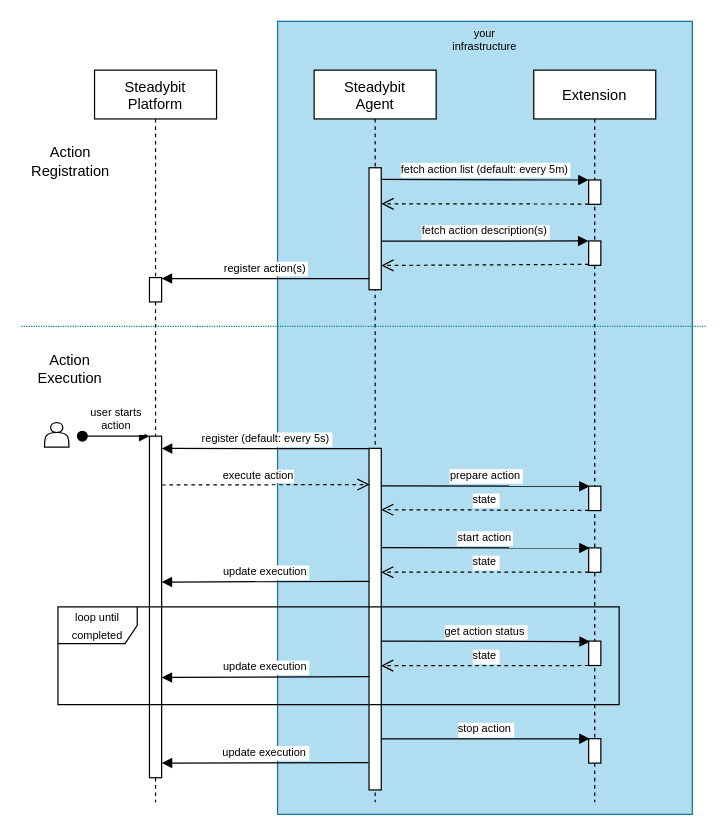
steadybit/event-kit keeps this draw.io diagram as docs/img/event-flow.drawio. Above is the earlier version. Source tidied: cells renumbered, new cells numbered last; positions are measured from the earlier drawing's top-left corner, leaving out a move shared by most shapes. Both pictures are drawn from the tidied source at 122%, with x=0, y=0 at pixel (21, 21).
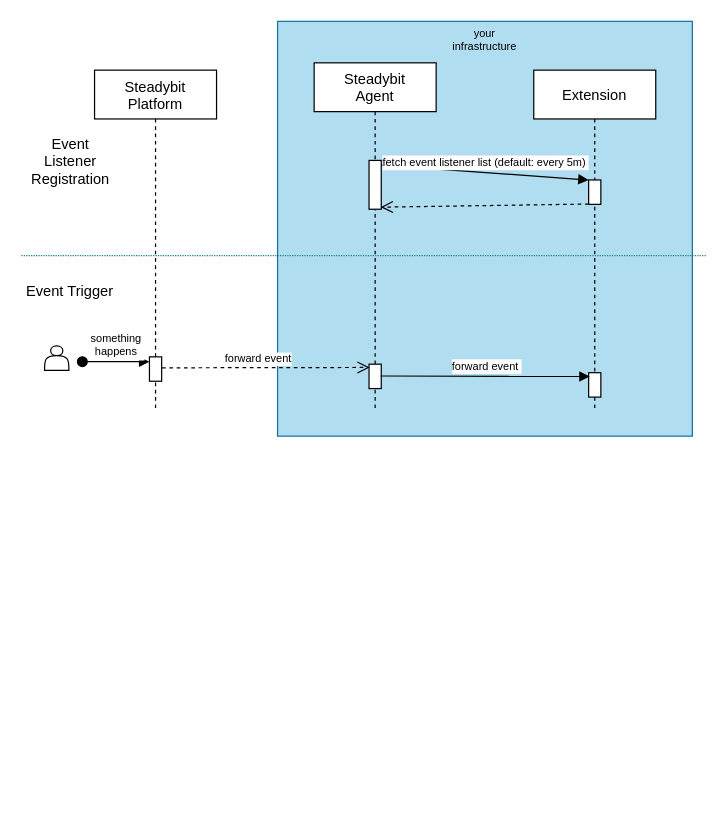
The same page after the edit.

The change refers to these unchanged cells:
```xml
<mxCell id="12" style="points=[];perimeter=orthogonalPerimeter;rounded=0;shadow=0;strokeWidth=1;" parent="11" vertex="1">
  <mxGeometry x="45" y="90" width="10" height="20" as="geometry" />
</mxCell>
```

Diff of the diagram source:
```diff
@@
     <mxCell id="2" style="whiteSpace=wrap;html=1;labelBackgroundColor=#0000CC;fontSize=9;fillColor=#b1ddf0;strokeColor=#10739e;" parent="1" vertex="1">
-      <mxGeometry x="210" width="340" height="650" as="geometry" />
+      <mxGeometry x="210" width="340" height="340" as="geometry" />
     </mxCell>
     <mxCell id="3" value="Steadybit &#10;Platform" style="shape=umlLifeline;perimeter=lifelinePerimeter;rounded=0;shadow=0;strokeWidth=1;" parent="1" vertex="1">
-      <mxGeometry x="60" y="40" width="100" height="600" as="geometry" />
+      <mxGeometry x="60" y="40" width="100" height="280" as="geometry" />
     </mxCell>
     <mxCell id="4" style="points=[];perimeter=orthogonalPerimeter;rounded=0;shadow=0;strokeWidth=1;" parent="3" vertex="1">
-      <mxGeometry x="45" y="300" width="10" height="280" as="geometry" />
+      <mxGeometry x="45" y="235" width="10" height="20" as="geometry" />
     </mxCell>
-    <mxCell id="5" value="user starts&#10;action" style="verticalAlign=bottom;startArrow=oval;endArrow=block;startSize=8;shadow=0;strokeWidth=1;fontSize=9;" parent="3" edge="1" target="4">
+    <mxCell id="5" value="something&#10;happens" style="verticalAlign=bottom;startArrow=oval;endArrow=block;startSize=8;shadow=0;strokeWidth=1;fontSize=9;" parent="3" edge="1">
       <mxGeometry relative="1" as="geometry">
-        <mxPoint x="-10" y="300" as="sourcePoint" />
+        <mxPoint x="-10" y="239" as="sourcePoint" />
+        <mxPoint x="45" y="239" as="targetPoint" />
       </mxGeometry>
     </mxCell>
-    <mxCell id="6" style="points=[];perimeter=orthogonalPerimeter;rounded=0;shadow=0;strokeWidth=1;" parent="3" vertex="1">
-      <mxGeometry x="45" y="170" width="10" height="20" as="geometry" />
-    </mxCell>
     <mxCell id="7" value="Steadybit&#10;Agent" style="shape=umlLifeline;perimeter=lifelinePerimeter;rounded=0;shadow=0;strokeWidth=1;" parent="1" vertex="1">
-      <mxGeometry x="240" y="40" width="100" height="600" as="geometry" />
+      <mxGeometry x="240" y="34" width="100" height="286" as="geometry" />
     </mxCell>
     <mxCell id="8" style="points=[];perimeter=orthogonalPerimeter;rounded=0;shadow=0;strokeWidth=1;" parent="7" vertex="1">
-      <mxGeometry x="45" y="80" width="10" height="100" as="geometry" />
+      <mxGeometry x="45" y="80" width="10" height="40" as="geometry" />
     </mxCell>
     <mxCell id="9" style="points=[];perimeter=orthogonalPerimeter;rounded=0;shadow=0;strokeWidth=1;fillColor=default;" parent="7" vertex="1">
-      <mxGeometry x="45" y="310" width="10" height="280" as="geometry" />
+      <mxGeometry x="45" y="247" width="10" height="20" as="geometry" />
     </mxCell>
-    <mxCell id="10" value="fetch action list (default: every 5m)" style="verticalAlign=bottom;endArrow=block;shadow=0;strokeWidth=1;entryX=0;entryY=0.004;entryDx=0;entryDy=0;entryPerimeter=0;exitX=1;exitY=0.095;exitDx=0;exitDy=0;exitPerimeter=0;fontSize=9;" parent="1" edge="1" source="8" target="12">
+    <mxCell id="10" value="fetch event listener list (default: every 5m)" style="verticalAlign=bottom;endArrow=block;shadow=0;strokeWidth=1;entryX=0;entryY=0.004;entryDx=0;entryDy=0;entryPerimeter=0;exitX=1;exitY=0.095;exitDx=0;exitDy=0;exitPerimeter=0;fontSize=9;" parent="1" edge="1" source="8" target="12">
       <mxGeometry relative="1" as="geometry" />
     </mxCell>
     <mxCell id="11" value="Extension" style="shape=umlLifeline;perimeter=lifelinePerimeter;rounded=0;shadow=0;strokeWidth=1;" parent="1" vertex="1">
-      <mxGeometry x="420" y="40" width="100" height="600" as="geometry" />
+      <mxGeometry x="420" y="40" width="100" height="280" as="geometry" />
     </mxCell>
@@
-    <mxCell id="13" style="points=[];perimeter=orthogonalPerimeter;rounded=0;shadow=0;strokeWidth=1;" parent="11" vertex="1">
-      <mxGeometry x="45" y="140" width="10" height="20" as="geometry" />
-    </mxCell>
     <mxCell id="14" style="points=[];perimeter=orthogonalPerimeter;rounded=0;shadow=0;strokeWidth=1;" parent="11" vertex="1">
-      <mxGeometry x="45" y="341" width="10" height="20" as="geometry" />
+      <mxGeometry x="45" y="248" width="10" height="20" as="geometry" />
     </mxCell>
-    <mxCell id="15" style="points=[];perimeter=orthogonalPerimeter;rounded=0;shadow=0;strokeWidth=1;" parent="11" vertex="1">
-      <mxGeometry x="45" y="391.6" width="10" height="20" as="geometry" />
-    </mxCell>
-    <mxCell id="16" style="points=[];perimeter=orthogonalPerimeter;rounded=0;shadow=0;strokeWidth=1;" parent="11" vertex="1">
-      <mxGeometry x="45" y="548" width="10" height="20" as="geometry" />
-    </mxCell>
-    <mxCell id="17" style="verticalAlign=bottom;endArrow=open;dashed=1;endSize=8;shadow=0;strokeWidth=1;exitX=-0.001;exitY=0.987;exitDx=0;exitDy=0;exitPerimeter=0;entryX=1.005;entryY=0.296;entryDx=0;entryDy=0;entryPerimeter=0;" parent="1" edge="1" source="12" target="8">
+    <mxCell id="17" style="verticalAlign=bottom;endArrow=open;dashed=1;endSize=8;shadow=0;strokeWidth=1;exitX=-0.001;exitY=0.987;exitDx=0;exitDy=0;exitPerimeter=0;entryX=0.95;entryY=0.958;entryDx=0;entryDy=0;entryPerimeter=0;" parent="1" edge="1" source="12" target="8">
       <mxGeometry relative="1" as="geometry" />
     </mxCell>
-    <mxCell id="18" value="fetch action description(s)" style="verticalAlign=bottom;endArrow=block;shadow=0;strokeWidth=1;entryX=-0.015;entryY=-0.001;entryDx=0;entryDy=0;entryPerimeter=0;exitX=0.996;exitY=0.602;exitDx=0;exitDy=0;exitPerimeter=0;fontSize=9;" parent="1" edge="1" source="8" target="13">
-      <mxGeometry relative="1" as="geometry" />
-    </mxCell>
-    <mxCell id="19" style="verticalAlign=bottom;endArrow=open;dashed=1;endSize=8;shadow=0;strokeWidth=1;exitX=0;exitY=0.958;exitDx=0;exitDy=0;exitPerimeter=0;entryX=1.004;entryY=0.801;entryDx=0;entryDy=0;entryPerimeter=0;" parent="1" edge="1" source="13" target="8">
-      <mxGeometry relative="1" as="geometry" />
-    </mxCell>
-    <mxCell id="20" value="register action(s)" style="verticalAlign=bottom;endArrow=block;shadow=0;strokeWidth=1;exitX=0;exitY=0.908;exitDx=0;exitDy=0;exitPerimeter=0;fontSize=9;" parent="1" edge="1" source="8" target="6">
-      <mxGeometry relative="1" as="geometry" />
-    </mxCell>
     <mxCell id="21" style="shape=actor;whiteSpace=wrap;html=1;" parent="1" vertex="1">
-      <mxGeometry x="19" y="329" width="20" height="20" as="geometry" />
+      <mxGeometry x="19" y="266" width="20" height="20" as="geometry" />
     </mxCell>
     <mxCell id="22" style="endArrow=none;dashed=1;html=1;rounded=0;fontSize=7;fillColor=#b0e3e6;strokeColor=#0e8088;dashPattern=1 1;" parent="1" edge="1">
       <mxGeometry relative="1" as="geometry">
-        <mxPoint y="250" as="sourcePoint" />
-        <mxPoint x="561" y="250" as="targetPoint" />
+        <mxPoint y="192" as="sourcePoint" />
+        <mxPoint x="561" y="192" as="targetPoint" />
       </mxGeometry>
     </mxCell>
-    <mxCell id="23" value="&lt;font style=&quot;font-size: 12px;&quot;&gt;Action Registration&lt;/font&gt;" style="text;html=1;strokeColor=none;fillColor=none;align=center;verticalAlign=middle;whiteSpace=wrap;rounded=0;fontSize=10;" parent="1" vertex="1">
+    <mxCell id="23" value="&lt;font style=&quot;font-size: 12px;&quot;&gt;Event&lt;br&gt;Listener Registration&lt;/font&gt;" style="text;html=1;strokeColor=none;fillColor=none;align=center;verticalAlign=middle;whiteSpace=wrap;rounded=0;fontSize=10;" parent="1" vertex="1">
       <mxGeometry x="1" y="100" width="79" height="30" as="geometry" />
     </mxCell>
-    <mxCell id="24" value="&lt;font style=&quot;font-size: 12px;&quot;&gt;Action Execution&lt;/font&gt;" style="text;html=1;strokeColor=none;fillColor=none;align=center;verticalAlign=middle;whiteSpace=wrap;rounded=0;fontSize=10;" parent="1" vertex="1">
-      <mxGeometry y="270" width="80" height="30" as="geometry" />
+    <mxCell id="24" value="&lt;font style=&quot;font-size: 12px;&quot;&gt;Event Trigger&lt;/font&gt;" style="text;html=1;strokeColor=none;fillColor=none;align=center;verticalAlign=middle;whiteSpace=wrap;rounded=0;fontSize=10;" parent="1" vertex="1">
+      <mxGeometry y="207" width="80" height="30" as="geometry" />
     </mxCell>
-    <mxCell id="25" value="register (default: every 5s)" style="verticalAlign=bottom;endArrow=block;shadow=0;strokeWidth=1;fontSize=9;exitX=0.055;exitY=0.001;exitDx=0;exitDy=0;exitPerimeter=0;entryX=1.013;entryY=0.036;entryDx=0;entryDy=0;entryPerimeter=0;" parent="1" edge="1" source="9" target="4">
-      <mxGeometry relative="1" as="geometry" />
-    </mxCell>
-    <mxCell id="26" value="prepare action" style="verticalAlign=bottom;endArrow=block;shadow=0;strokeWidth=1;fontSize=9;entryX=0.087;entryY=0.003;entryDx=0;entryDy=0;entryPerimeter=0;exitX=0.964;exitY=0.054;exitDx=0;exitDy=0;exitPerimeter=0;" parent="1" edge="1" target="14">
+    <mxCell id="26" value="forward event" style="verticalAlign=bottom;endArrow=block;shadow=0;strokeWidth=1;fontSize=9;entryX=0.087;entryY=0.003;entryDx=0;entryDy=0;entryPerimeter=0;exitX=0.964;exitY=0.054;exitDx=0;exitDy=0;exitPerimeter=0;" parent="1" edge="1">
       <mxGeometry relative="1" as="geometry">
-        <mxPoint x="294.6" y="380.7" as="sourcePoint" />
+        <mxPoint x="294.6" y="290.7" as="sourcePoint" />
+        <mxPoint x="465.9" y="291.1" as="targetPoint" />
       </mxGeometry>
     </mxCell>
-    <mxCell id="27" value="state" style="verticalAlign=bottom;endArrow=open;dashed=1;endSize=8;shadow=0;strokeWidth=1;exitX=0;exitY=0.99;exitDx=0;exitDy=0;exitPerimeter=0;entryX=0.993;entryY=0.163;entryDx=0;entryDy=0;entryPerimeter=0;fontSize=9;" parent="1" edge="1" source="14">
-      <mxGeometry relative="1" as="geometry">
-        <mxPoint x="294.9" y="400.3" as="targetPoint" />
-      </mxGeometry>
-    </mxCell>
-    <mxCell id="28" value="update execution" style="verticalAlign=bottom;endArrow=block;shadow=0;strokeWidth=1;fontSize=9;entryX=1.013;entryY=0.85;entryDx=0;entryDy=0;entryPerimeter=0;exitX=-0.047;exitY=0.92;exitDx=0;exitDy=0;exitPerimeter=0;" parent="1" edge="1" source="9">
-      <mxGeometry relative="1" as="geometry">
-        <mxPoint x="115.1" y="608" as="targetPoint" />
-      </mxGeometry>
-    </mxCell>
-    <mxCell id="29" value="update execution" style="verticalAlign=bottom;endArrow=block;shadow=0;strokeWidth=1;fontSize=9;exitX=-0.003;exitY=0.5;exitDx=0;exitDy=0;exitPerimeter=0;entryX=1;entryY=0.503;entryDx=0;entryDy=0;entryPerimeter=0;" parent="1" edge="1">
-      <mxGeometry relative="1" as="geometry">
-        <mxPoint x="285" y="459" as="sourcePoint" />
-        <mxPoint x="115" y="459.6" as="targetPoint" />
-      </mxGeometry>
-    </mxCell>
-    <mxCell id="30" value="state" style="verticalAlign=bottom;endArrow=open;dashed=1;endSize=8;shadow=0;strokeWidth=1;exitX=0;exitY=0.99;exitDx=0;exitDy=0;exitPerimeter=0;entryX=0.984;entryY=0.447;entryDx=0;entryDy=0;entryPerimeter=0;fontSize=9;" parent="1" edge="1" source="15">
-      <mxGeometry relative="1" as="geometry">
-        <mxPoint x="294.8" y="451.5" as="targetPoint" />
-      </mxGeometry>
-    </mxCell>
-    <mxCell id="31" value="start action" style="verticalAlign=bottom;endArrow=block;shadow=0;strokeWidth=1;fontSize=9;entryX=0.087;entryY=0.003;entryDx=0;entryDy=0;entryPerimeter=0;exitX=0.996;exitY=0.335;exitDx=0;exitDy=0;exitPerimeter=0;" parent="1" edge="1" target="15">
-      <mxGeometry relative="1" as="geometry">
-        <mxPoint x="295" y="431.3" as="sourcePoint" />
-      </mxGeometry>
-    </mxCell>
-    <mxCell id="32" style="verticalAlign=bottom;endArrow=open;dashed=1;endSize=8;shadow=0;strokeWidth=1;entryX=0.053;entryY=0.106;entryDx=0;entryDy=0;entryPerimeter=0;exitX=1.033;exitY=0.143;exitDx=0;exitDy=0;exitPerimeter=0;" parent="1" edge="1" source="4" target="9">
-      <mxGeometry relative="1" as="geometry" />
+    <mxCell id="32" style="verticalAlign=bottom;endArrow=open;dashed=1;endSize=8;shadow=0;strokeWidth=1;entryX=0.053;entryY=0.106;entryDx=0;entryDy=0;entryPerimeter=0;exitX=1.033;exitY=0.143;exitDx=0;exitDy=0;exitPerimeter=0;" parent="1" edge="1">
+      <mxGeometry relative="1" as="geometry">
+        <mxPoint x="115.3" y="284" as="sourcePoint" />
+        <mxPoint x="285.5" y="283.7" as="targetPoint" />
+      </mxGeometry>
     </mxCell>
-    <mxCell id="33" value="execute action" style="edgeLabel;html=1;align=center;verticalAlign=middle;fontSize=9;" parent="32" vertex="1">
+    <mxCell id="33" value="forward event" style="edgeLabel;html=1;align=center;verticalAlign=middle;fontSize=9;" parent="32" vertex="1">
       <mxGeometry x="0.11" y="-1" relative="1" as="geometry">
         <mxPoint x="-16" y="-8" as="offset" />
       </mxGeometry>
     </mxCell>
@@
-    <mxCell id="35" value="stop action" style="verticalAlign=bottom;endArrow=block;shadow=0;strokeWidth=1;fontSize=9;entryX=0.087;entryY=0.003;entryDx=0;entryDy=0;entryPerimeter=0;" parent="1" edge="1" source="9" target="16">
-      <mxGeometry relative="1" as="geometry" />
-    </mxCell>
-    <mxCell id="36" value="&lt;font style=&quot;font-size: 9px;&quot;&gt;loop until completed&lt;/font&gt;" style="shape=umlFrame;whiteSpace=wrap;html=1;width=65;height=30;" parent="1" vertex="1">
-      <mxGeometry x="30" y="480" width="460" height="80" as="geometry" />
-    </mxCell>
-    <mxCell id="37" style="perimeter=orthogonalPerimeter;rounded=0;shadow=0;strokeWidth=1;" parent="1" vertex="1">
-      <mxGeometry x="465" y="508" width="10" height="20" as="geometry" />
-    </mxCell>
-    <mxCell id="38" value="get action status" style="verticalAlign=bottom;endArrow=block;shadow=0;strokeWidth=1;fontSize=9;entryX=0.087;entryY=0.003;entryDx=0;entryDy=0;entryPerimeter=0;exitX=0.996;exitY=0.335;exitDx=0;exitDy=0;exitPerimeter=0;" parent="1" edge="1">
-      <mxGeometry relative="1" as="geometry">
-        <mxPoint x="295.1" y="508" as="sourcePoint" />
-        <mxPoint x="466" y="508.4" as="targetPoint" />
-      </mxGeometry>
-    </mxCell>
-    <mxCell id="39" value="state" style="verticalAlign=bottom;endArrow=open;dashed=1;endSize=8;shadow=0;strokeWidth=1;exitX=0;exitY=0.99;exitDx=0;exitDy=0;exitPerimeter=0;entryX=0.984;entryY=0.447;entryDx=0;entryDy=0;entryPerimeter=0;fontSize=9;" parent="1" edge="1">
-      <mxGeometry relative="1" as="geometry">
-        <mxPoint x="465" y="528" as="sourcePoint" />
-        <mxPoint x="294.8" y="528.1" as="targetPoint" />
-      </mxGeometry>
-    </mxCell>
-    <mxCell id="40" value="update execution" style="verticalAlign=bottom;endArrow=block;shadow=0;strokeWidth=1;fontSize=9;exitX=-0.003;exitY=0.5;exitDx=0;exitDy=0;exitPerimeter=0;entryX=1;entryY=0.503;entryDx=0;entryDy=0;entryPerimeter=0;" parent="1" edge="1">
-      <mxGeometry relative="1" as="geometry">
-        <mxPoint x="285" y="537.2" as="sourcePoint" />
-        <mxPoint x="115" y="537.8" as="targetPoint" />
-      </mxGeometry>
-    </mxCell>
```
